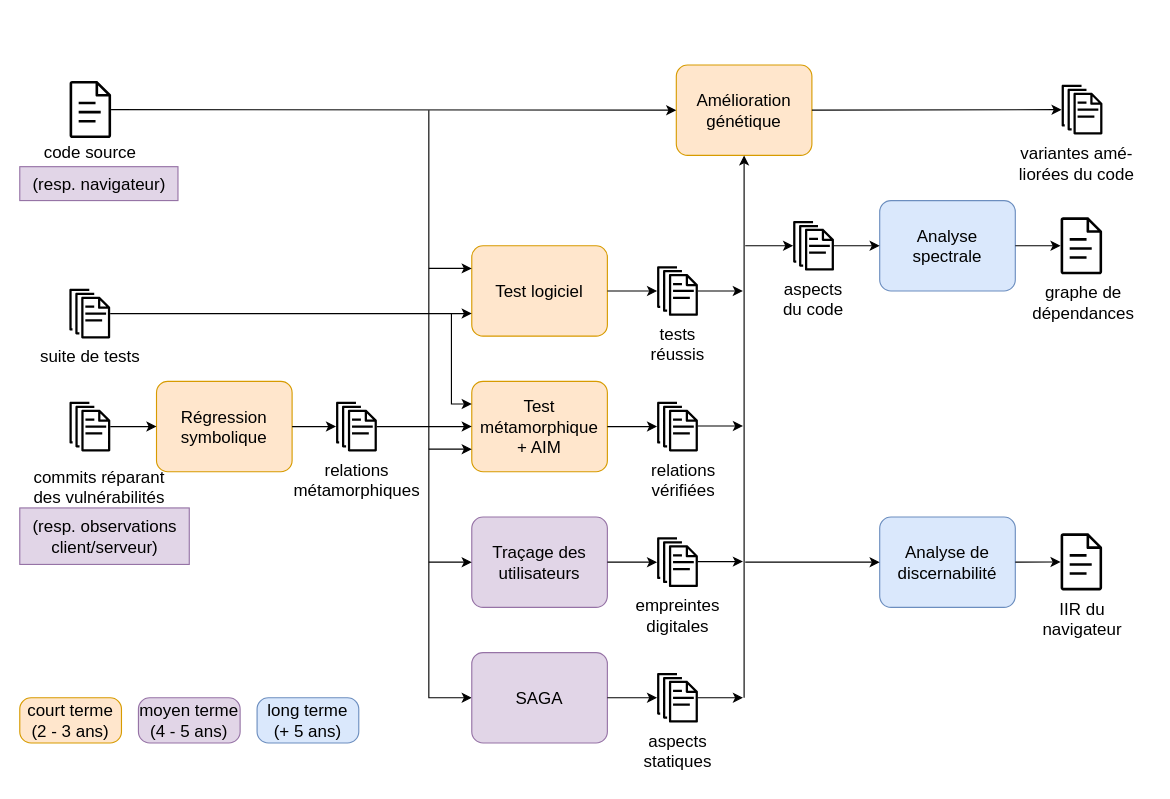
Before: researchProject2025.drawio in yoann-marquer/Diagrams, a draw.io diagram. Source tidied: cells renumbered, new cells numbered last; positions are measured from the earlier drawing's top-left corner, leaving out a move shared by most shapes. Both pictures are drawn from the tidied source at 113%, with x=0, y=0 at pixel (19, 64).
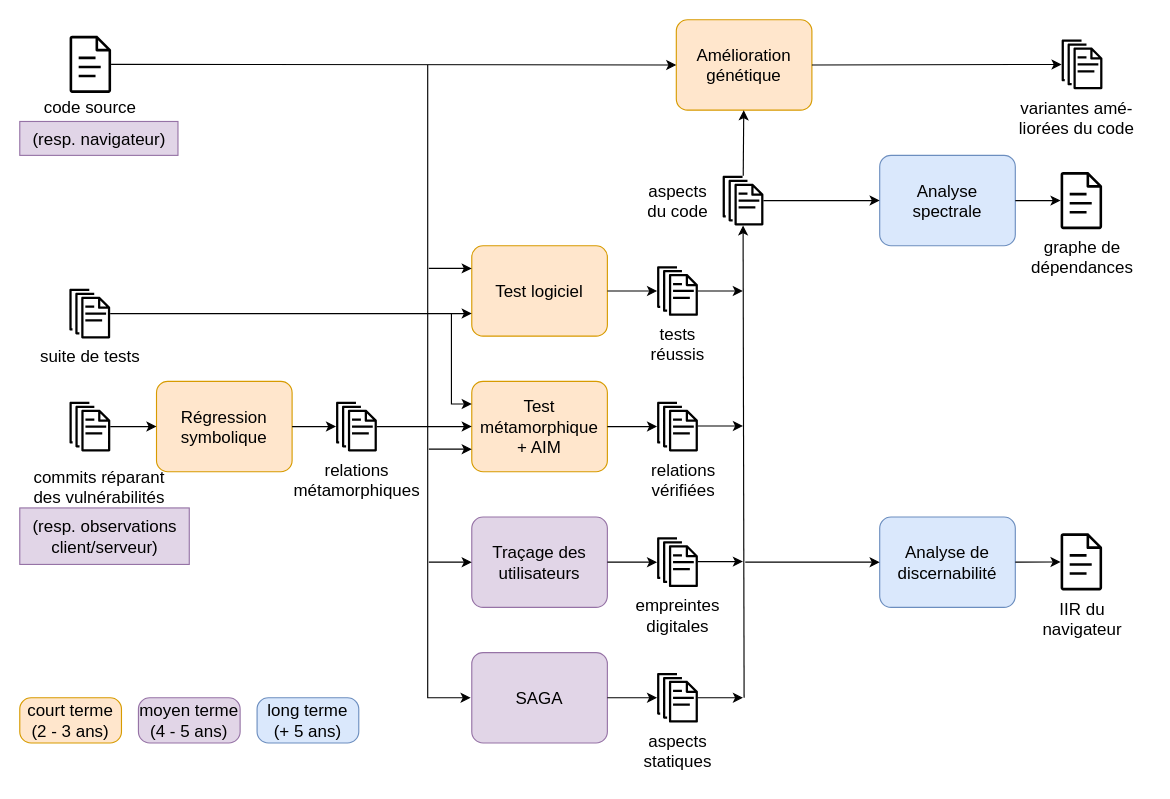
The same page after the edit.

Commit message:
déplacer aspects du code, redimensionner

Unchanged cells that the change refers to:
```xml
<mxCell id="34" value="SAGA" style="points=[[0.25,0,0],[0.5,0,0],[0.75,0,0],[1,0.25,0],[1,0.5,0],[1,0.75,0],[0.75,1,0],[0.5,1,0],[0.25,1,0],[0,0.75,0],[0,0.5,0],[0,0.25,0]];shape=mxgraph.bpmn.task;whiteSpace=wrap;rectStyle=rounded;size=10;html=1;taskMarker=abstract;strokeColor=#9673a6;fontSize=15;fillColor=#e1d5e7;" parent="1" vertex="1">
  <mxGeometry x="400" y="520" width="120" height="80" as="geometry" />
</mxCell>
```

Diff of the diagram source:
```diff
@@
     <mxCell id="2" style="sketch=0;outlineConnect=0;fontColor=#232F3E;gradientColor=none;fillColor=light-dark(#000000, #bec8d4);strokeColor=none;dashed=0;verticalLabelPosition=bottom;verticalAlign=top;align=center;html=1;fontSize=12;fontStyle=0;shape=mxgraph.aws4.document;" parent="1" vertex="1">
-      <mxGeometry x="44" y="14.2" width="36.9" height="50.5" as="geometry" />
+      <mxGeometry x="44" y="-25.8" width="36.9" height="50.5" as="geometry" />
     </mxCell>
     <mxCell id="3" value="&lt;div&gt;Amélioration&lt;/div&gt;&lt;div&gt;génétique&lt;/div&gt;" style="points=[[0.25,0,0],[0.5,0,0],[0.75,0,0],[1,0.25,0],[1,0.5,0],[1,0.75,0],[0.75,1,0],[0.5,1,0],[0.25,1,0],[0,0.75,0],[0,0.5,0],[0,0.25,0]];shape=mxgraph.bpmn.task;whiteSpace=wrap;rectStyle=rounded;size=10;html=1;taskMarker=abstract;strokeColor=#d79b00;fontSize=15;fillColor=#ffe6cc;" parent="1" vertex="1">
-      <mxGeometry x="581" width="120" height="80" as="geometry" />
+      <mxGeometry x="581" y="-40" width="120" height="80" as="geometry" />
     </mxCell>
-    <mxCell id="4" style="endArrow=classic;html=1;rounded=0;entryX=0;entryY=0.5;entryDx=0;entryDy=0;entryPerimeter=0;" parent="1" edge="1" source="2" target="3">
-      <mxGeometry relative="1" as="geometry" />
+    <mxCell id="4" style="endArrow=classic;html=1;rounded=0;entryX=0;entryY=0.5;entryDx=0;entryDy=0;entryPerimeter=0;" parent="1" edge="1" target="3">
+      <mxGeometry relative="1" as="geometry">
+        <mxPoint x="80.8" y="-0.5" as="sourcePoint" />
+      </mxGeometry>
     </mxCell>
@@
     <mxCell id="6" value="code source" style="text;html=1;align=center;verticalAlign=middle;strokeColor=none;fillColor=none;fontSize=15;" parent="1" vertex="1">
-      <mxGeometry x="7.4" y="61.5" width="110" height="30" as="geometry" />
+      <mxGeometry x="7.4" y="21.5" width="110" height="30" as="geometry" />
     </mxCell>
     <mxCell id="7" value="&lt;div&gt;variantes amé-&lt;/div&gt;&lt;div&gt;liorées du code&lt;/div&gt;" style="text;html=1;align=center;verticalAlign=middle;strokeColor=none;fillColor=none;fontSize=15;" parent="1" vertex="1">
-      <mxGeometry x="870" y="61.5" width="130" height="50" as="geometry" />
+      <mxGeometry x="870" y="21.5" width="130" height="50" as="geometry" />
     </mxCell>
@@
-    <mxCell id="27" style="endArrow=classic;html=1;rounded=0;entryX=0;entryY=0.5;entryDx=0;entryDy=0;entryPerimeter=0;" parent="1" edge="1" target="34">
+    <mxCell id="27" style="endArrow=classic;html=1;rounded=0;entryX=0;entryY=0.5;entryDx=0;entryDy=0;entryPerimeter=0;" parent="1" edge="1">
       <mxGeometry relative="1" as="geometry">
-        <mxPoint x="362" y="40" as="sourcePoint" />
+        <mxPoint x="361" as="sourcePoint" />
+        <mxPoint x="399" y="560" as="targetPoint" />
         <Array as="points">
-          <mxPoint x="362" y="560" />
+          <mxPoint x="361" y="560" />
         </Array>
       </mxGeometry>
     </mxCell>
@@
     <mxCell id="29" value="(resp. navigateur)" style="text;html=1;align=center;verticalAlign=middle;strokeColor=#9673a6;fillColor=#e1d5e7;fontSize=15;" parent="1" vertex="1">
-      <mxGeometry y="90" width="140" height="30" as="geometry" />
+      <mxGeometry y="50" width="140" height="30" as="geometry" />
     </mxCell>
@@
     <mxCell id="44" value="Analyse spectrale" style="points=[[0.25,0,0],[0.5,0,0],[0.75,0,0],[1,0.25,0],[1,0.5,0],[1,0.75,0],[0.75,1,0],[0.5,1,0],[0.25,1,0],[0,0.75,0],[0,0.5,0],[0,0.25,0]];shape=mxgraph.bpmn.task;whiteSpace=wrap;rectStyle=rounded;size=10;html=1;taskMarker=abstract;strokeColor=#6c8ebf;fontSize=15;fillColor=#dae8fc;" parent="1" vertex="1">
-      <mxGeometry x="761" y="120" width="120" height="80" as="geometry" />
+      <mxGeometry x="761" y="80" width="120" height="80" as="geometry" />
     </mxCell>
-    <mxCell id="45" style="endArrow=classic;html=1;rounded=0;" parent="1" edge="1" target="46">
-      <mxGeometry relative="1" as="geometry">
-        <mxPoint x="642" y="160" as="sourcePoint" />
-      </mxGeometry>
-    </mxCell>
     <mxCell id="46" style="sketch=0;outlineConnect=0;fontColor=#232F3E;gradientColor=none;fillColor=#000000;strokeColor=none;dashed=0;verticalLabelPosition=bottom;verticalAlign=top;align=center;html=1;fontSize=12;fontStyle=0;shape=mxgraph.aws4.documents;" parent="1" vertex="1">
-      <mxGeometry x="684.4" y="138" width="36.1" height="44" as="geometry" />
+      <mxGeometry x="622" y="98" width="36.1" height="44" as="geometry" />
     </mxCell>
@@
     <mxCell id="48" value="&lt;div&gt;aspects&lt;/div&gt;&lt;div&gt;du code&lt;/div&gt;" style="text;html=1;align=center;verticalAlign=middle;strokeColor=none;fillColor=none;fontSize=15;" parent="1" vertex="1">
-      <mxGeometry x="662.4" y="182" width="80" height="50" as="geometry" />
+      <mxGeometry x="542" y="95.2" width="80" height="50" as="geometry" />
     </mxCell>
     <mxCell id="49" style="sketch=0;outlineConnect=0;fontColor=#232F3E;gradientColor=none;fillColor=light-dark(#000000, #bec8d4);strokeColor=none;dashed=0;verticalLabelPosition=bottom;verticalAlign=top;align=center;html=1;fontSize=12;fontStyle=0;shape=mxgraph.aws4.document;" parent="1" vertex="1">
-      <mxGeometry x="921" y="134.8" width="36.9" height="50.5" as="geometry" />
+      <mxGeometry x="921" y="94.8" width="36.9" height="50.5" as="geometry" />
     </mxCell>
@@
     <mxCell id="51" value="&lt;div&gt;graphe de&lt;/div&gt;&lt;div&gt;dépendances&lt;/div&gt;" style="text;html=1;align=center;verticalAlign=middle;strokeColor=none;fillColor=none;fontSize=15;" parent="1" vertex="1">
-      <mxGeometry x="885.5" y="185.2" width="110" height="50" as="geometry" />
+      <mxGeometry x="884.5" y="145.2" width="110" height="50" as="geometry" />
     </mxCell>
@@
     <mxCell id="54" style="sketch=0;outlineConnect=0;fontColor=#232F3E;gradientColor=none;fillColor=#000000;strokeColor=none;dashed=0;verticalLabelPosition=bottom;verticalAlign=top;align=center;html=1;fontSize=12;fontStyle=0;shape=mxgraph.aws4.documents;" parent="1" vertex="1">
-      <mxGeometry x="922" y="17.5" width="36.1" height="44" as="geometry" />
+      <mxGeometry x="922" y="-22.5" width="36.1" height="44" as="geometry" />
     </mxCell>
@@
-    <mxCell id="63" style="endArrow=classic;html=1;rounded=0;entryX=0.5;entryY=1;entryDx=0;entryDy=0;entryPerimeter=0;" parent="1" edge="1" target="3">
+    <mxCell id="63" style="endArrow=classic;html=1;rounded=0;" parent="1" edge="1" target="46">
       <mxGeometry relative="1" as="geometry">
         <mxPoint x="641" y="560" as="sourcePoint" />
       </mxGeometry>
     </mxCell>
+    <mxCell id="64" style="endArrow=classic;html=1;rounded=0;" parent="1" edge="1" source="46" target="3">
+      <mxGeometry relative="1" as="geometry" />
+    </mxCell>
```
